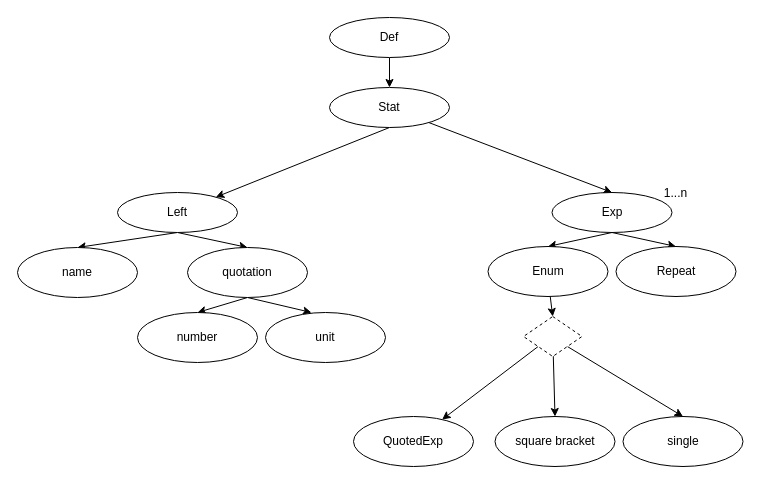
elmar-chen/sample-maker keeps this draw.io diagram as def-grammar.drawio. Above is the earlier version. Source tidied: cells renumbered, new cells numbered last; positions are measured from the earlier drawing's top-left corner, leaving out a move shared by most shapes. Both pictures are drawn from the tidied source at 100%, with x=0, y=0 at pixel (17, 17).
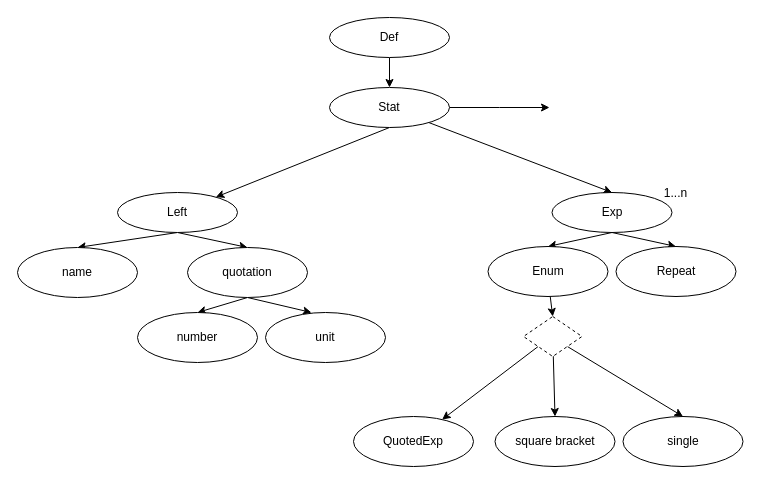
The same diagram, later.

The change refers to these unchanged cells:
```xml
<mxCell id="6" value="Stat" style="ellipse;whiteSpace=wrap;html=1;" parent="1" vertex="1">
  <mxGeometry x="312" y="70" width="120" height="40" as="geometry" />
</mxCell>
```

The edit, as a diff of the source:
```diff
@@
+    <mxCell id="30" style="edgeStyle=orthogonalEdgeStyle;rounded=0;jettySize=auto;html=1;exitX=1;exitY=0.5;exitDx=0;exitDy=0;" parent="1" edge="1" source="6">
+      <mxGeometry relative="1" as="geometry">
+        <mxPoint x="532" y="90" as="targetPoint" />
+      </mxGeometry>
+    </mxCell>
```
